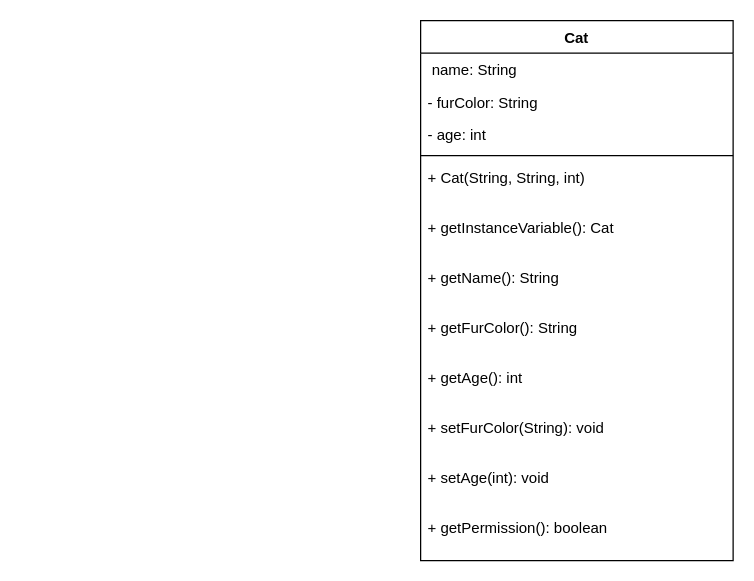
Before: page "Cat" (1 of 2) of com/cc/java/klassendiagram.drawio in JanaJ90/02b_Klassen_Objekte_2, a draw.io diagram. Source tidied: cells renumbered, new cells numbered last; positions are measured from the earlier drawing's top-left corner, leaving out a move shared by most shapes. Both pictures are drawn from the tidied source at 125%, with x=0, y=0 at pixel (420, 20).
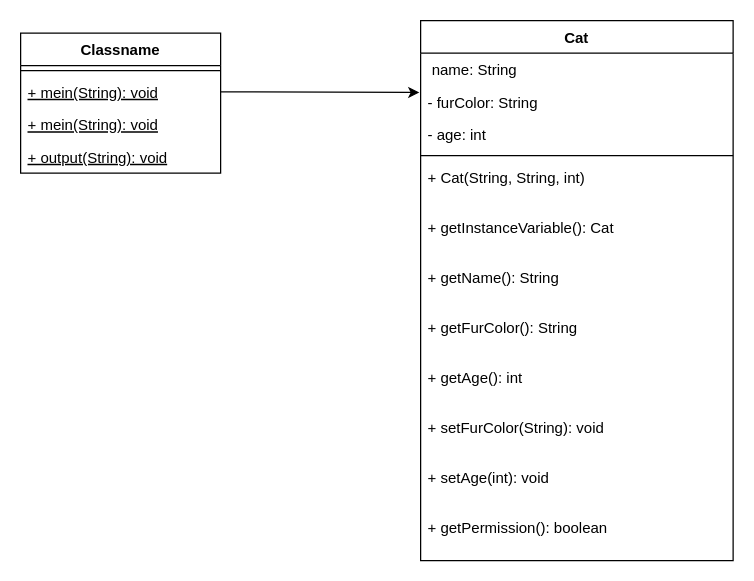
After the change.

The change refers to these unchanged cells:
```xml
<mxCell id="3" value=" name: String" style="text;strokeColor=none;fillColor=none;align=left;verticalAlign=top;spacingLeft=4;spacingRight=4;overflow=hidden;points=[[0,0.5],[1,0.5]];portConstraint=eastwest;" parent="2" vertex="1">
  <mxGeometry y="26" width="250" height="26" as="geometry" />
</mxCell>
```

The edit, as a diff of the source:
```diff
@@
+    <mxCell id="15" value="Classname" style="swimlane;fontStyle=1;align=center;verticalAlign=top;horizontal=1;startSize=26;" parent="1" vertex="1">
+      <mxGeometry x="-320" y="10" width="160" height="112" as="geometry" />
+    </mxCell>
+    <mxCell id="16" style="line;strokeWidth=1;fillColor=none;align=left;verticalAlign=middle;spacingTop=-1;spacingLeft=3;spacingRight=3;labelPosition=right;strokeColor=inherit;" parent="15" vertex="1">
+      <mxGeometry y="26" width="160" height="8" as="geometry" />
+    </mxCell>
+    <mxCell id="17" value="+ mein(String): void" style="text;strokeColor=none;fillColor=none;align=left;verticalAlign=top;spacingLeft=4;spacingRight=4;overflow=hidden;points=[[0,0.5],[1,0.5]];portConstraint=eastwest;fontStyle=4;" parent="15" vertex="1">
+      <mxGeometry y="34" width="160" height="26" as="geometry" />
+    </mxCell>
+    <mxCell id="18" value="+ mein(String): void" style="text;strokeColor=none;fillColor=none;align=left;verticalAlign=top;spacingLeft=4;spacingRight=4;overflow=hidden;fontStyle=4;" parent="15" vertex="1">
+      <mxGeometry y="60" width="160" height="26" as="geometry" />
+    </mxCell>
+    <mxCell id="19" value="+ output(String): void" style="text;strokeColor=none;fillColor=none;align=left;verticalAlign=top;spacingLeft=4;spacingRight=4;overflow=hidden;fontStyle=4;" parent="15" vertex="1">
+      <mxGeometry y="86" width="160" height="26" as="geometry" />
+    </mxCell>
+    <mxCell id="20" style="edgeStyle=none;html=1;exitX=1;exitY=0.5;exitDx=0;exitDy=0;entryX=-0.004;entryY=1.212;entryDx=0;entryDy=0;entryPerimeter=0;" parent="1" edge="1" source="17" target="3">
+      <mxGeometry relative="1" as="geometry" />
+    </mxCell>
```
